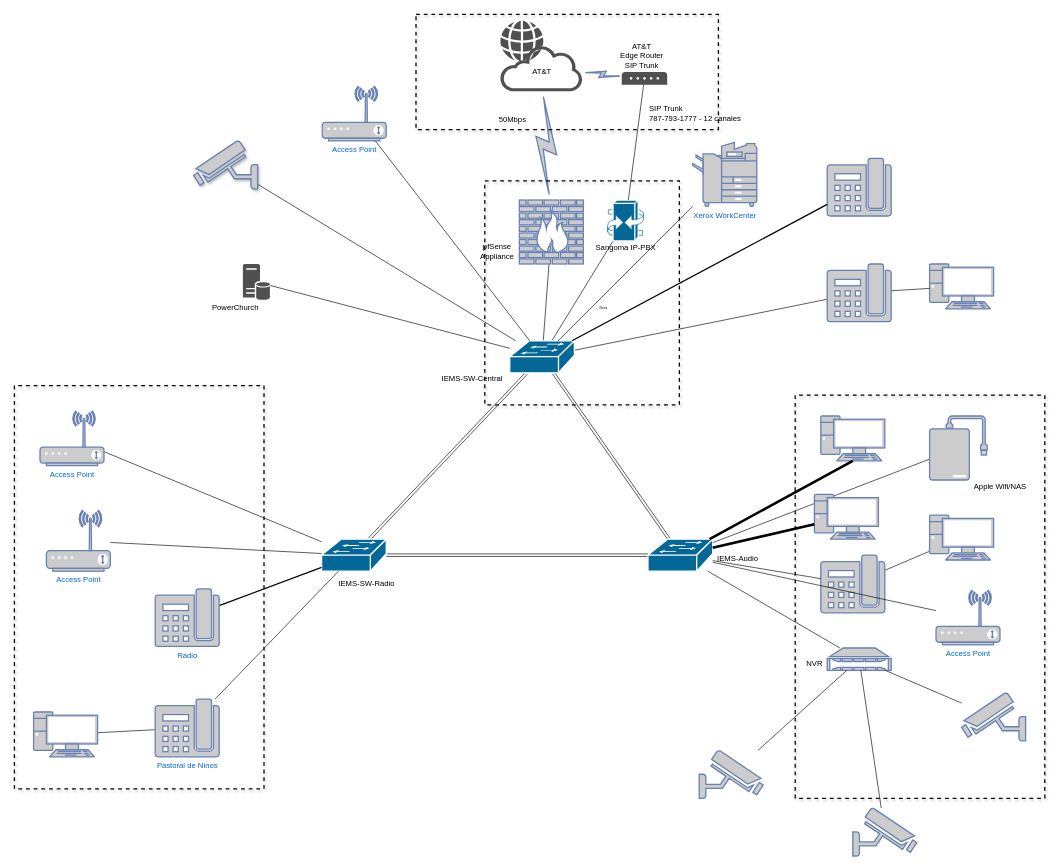
This is IEMS-Network.drawio from jose-guisao/hello-world, a draw.io file, before an edit. Source tidied: cells renumbered, new cells numbered last; positions are measured from the earlier drawing's top-left corner, leaving out a move shared by most shapes. Both pictures are drawn from the tidied source at 64%, with x=0, y=0 at pixel (14, 14).
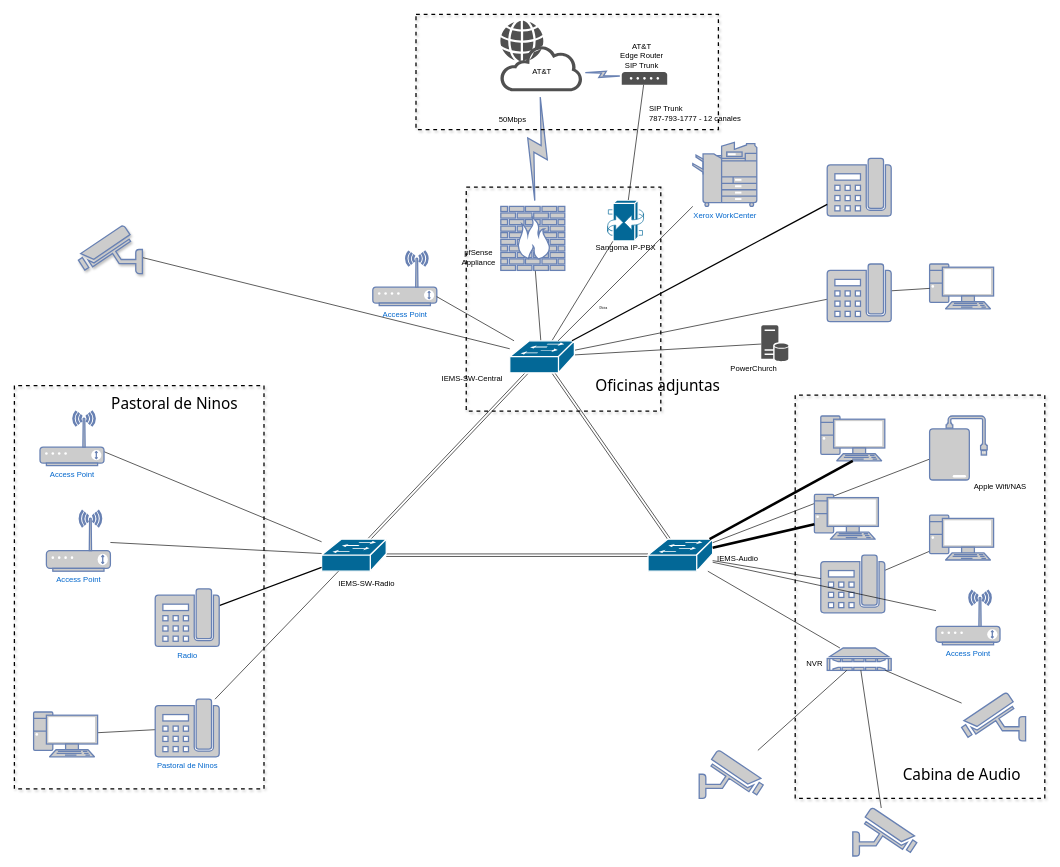
The same diagram, later.

Diff of the diagram source:
```diff
@@
     <mxCell id="21" style="group;" parent="1" vertex="1">
-      <mxGeometry x="300" y="390" width="100" height="78.5" as="geometry" />
+      <mxGeometry x="1110" y="485.8" width="100" height="78.5" as="geometry" />
     </mxCell>
@@
     <mxCell id="35" style="fontColor=#0066CC;verticalAlign=top;verticalLabelPosition=bottom;labelPosition=center;align=center;html=1;outlineConnect=0;fillColor=#CCCCCC;strokeColor=#6881B3;gradientColor=none;gradientDirection=north;strokeWidth=2;shape=mxgraph.networks.security_camera;shadow=1;direction=east;flipH=1;" parent="1" vertex="1">
-      <mxGeometry x="280" y="197.5" width="100" height="75" as="geometry" />
+      <mxGeometry x="100" y="330" width="100" height="75" as="geometry" />
     </mxCell>
@@
     <mxCell id="73" value="Access Point" style="fontColor=#0066CC;verticalAlign=top;verticalLabelPosition=bottom;labelPosition=center;align=center;html=1;outlineConnect=0;fillColor=#CCCCCC;strokeColor=#6881B3;gradientColor=none;gradientDirection=north;strokeWidth=2;shape=mxgraph.networks.wireless_modem;" parent="1" vertex="1">
-      <mxGeometry x="481" y="112.5" width="100" height="85" as="geometry" />
+      <mxGeometry x="560" y="370" width="100" height="85" as="geometry" />
     </mxCell>
@@
     <mxCell id="79" style="group;" parent="1" vertex="1">
-      <mxGeometry x="719" y="290" width="320" height="320" as="geometry" />
+      <mxGeometry x="690" y="300" width="320" height="320" as="geometry" />
     </mxCell>
@@
+    <mxCell id="89" value="Cabina de Audio" style="text;html=1;align=center;verticalAlign=middle;fillColor=none;strokeColor=none;rounded=0;shadow=1;dashed=1;fontSize=24;fontFamily=Tahoma;" parent="1" vertex="1">
+      <mxGeometry x="1360" y="1167.5" width="240" height="40" as="geometry" />
+    </mxCell>
+    <mxCell id="90" value="Pastoral de Ninos" style="text;html=1;align=center;verticalAlign=middle;fillColor=none;strokeColor=none;rounded=0;shadow=1;dashed=1;fontSize=24;fontFamily=Tahoma;" parent="1" vertex="1">
+      <mxGeometry x="120" y="588" width="260" height="40" as="geometry" />
+    </mxCell>
+    <mxCell id="91" value="Oficinas adjuntas" style="text;html=1;align=center;verticalAlign=middle;fillColor=none;strokeColor=none;rounded=0;shadow=1;dashed=1;fontSize=24;fontFamily=Tahoma;" parent="1" vertex="1">
+      <mxGeometry x="875" y="560" width="260" height="40" as="geometry" />
+    </mxCell>
```
